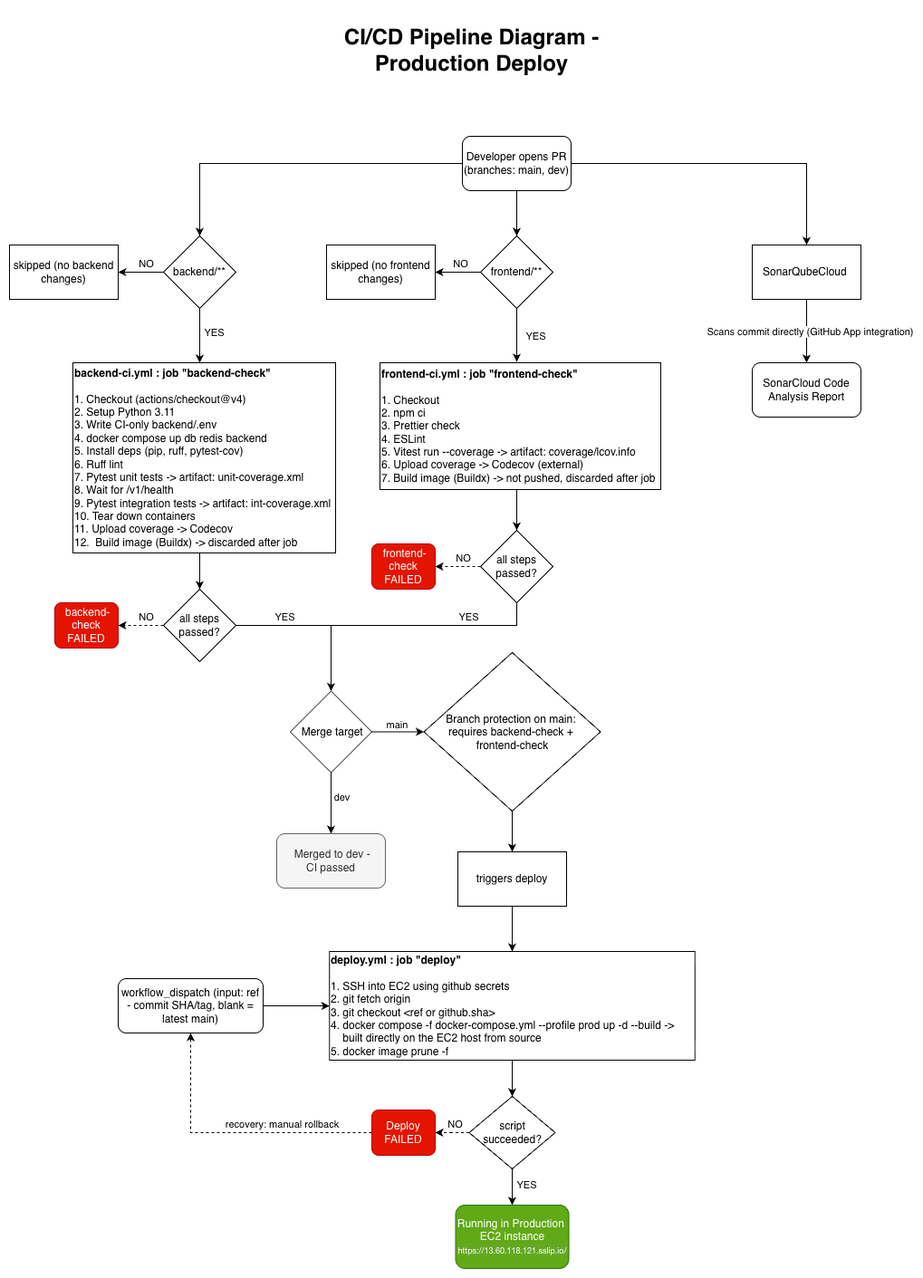
The draw.io diagram docs/demo2/cicd/CICD Diagram.png in COS301-SE-2026/Savanna-Sentinel, before a commit. Source tidied: cells renumbered, new cells last; positions are measured from the earlier drawing's top-left corner, leaving out a move shared by most shapes. Source of this version:
```xml
<mxGraphModel>
  <root>
    <mxCell id="0" />
    <mxCell id="1" parent="0" />
    <mxCell id="2" value="&lt;h1&gt;CI/CD Pipeline Diagram - Production Deploy&lt;/h1&gt;" style="text;html=1;whiteSpace=wrap;strokeColor=none;fillColor=none;align=center;verticalAlign=middle;rounded=0;" parent="1" vertex="1">
      <mxGeometry x="361" width="299" height="30" as="geometry" />
    </mxCell>
    <mxCell id="3" style="edgeStyle=orthogonalEdgeStyle;rounded=0;jettySize=auto;html=1;entryX=0.5;entryY=0;entryDx=0;entryDy=0;" parent="1" edge="1" source="6" target="9">
      <mxGeometry relative="1" as="geometry" />
    </mxCell>
    <mxCell id="4" style="edgeStyle=orthogonalEdgeStyle;rounded=0;jettySize=auto;html=1;entryX=0.5;entryY=0;entryDx=0;entryDy=0;" parent="1" edge="1" source="6" target="12">
      <mxGeometry relative="1" as="geometry" />
    </mxCell>
    <mxCell id="5" style="edgeStyle=orthogonalEdgeStyle;rounded=0;jettySize=auto;html=1;entryX=0.5;entryY=0;entryDx=0;entryDy=0;" parent="1" edge="1" source="6" target="15">
      <mxGeometry relative="1" as="geometry" />
    </mxCell>
    <mxCell id="6" value="Developer opens PR (branches: main, dev)" style="rounded=1;whiteSpace=wrap;html=1;" parent="1" vertex="1">
      <mxGeometry x="500" y="110" width="120" height="60" as="geometry" />
    </mxCell>
    <mxCell id="7" style="edgeStyle=orthogonalEdgeStyle;rounded=0;jettySize=auto;html=1;entryX=1;entryY=0.5;entryDx=0;entryDy=0;" parent="1" edge="1" source="9" target="20">
      <mxGeometry relative="1" as="geometry" />
    </mxCell>
    <mxCell id="8" value="NO" style="edgeLabel;html=1;align=center;verticalAlign=middle;" parent="7" vertex="1">
      <mxGeometry x="-0.17" y="-1" relative="1" as="geometry">
        <mxPoint y="-9" as="offset" />
      </mxGeometry>
    </mxCell>
    <mxCell id="9" value="backend/**" style="rhombus;whiteSpace=wrap;html=1;" parent="1" vertex="1">
      <mxGeometry x="170" y="220" width="80" height="80" as="geometry" />
    </mxCell>
    <mxCell id="10" style="edgeStyle=orthogonalEdgeStyle;rounded=0;jettySize=auto;html=1;entryX=1;entryY=0.5;entryDx=0;entryDy=0;" parent="1" edge="1" source="12" target="31">
      <mxGeometry relative="1" as="geometry" />
    </mxCell>
    <mxCell id="11" value="NO" style="edgeLabel;html=1;align=center;verticalAlign=middle;" parent="10" vertex="1">
      <mxGeometry x="-0.28" y="-1" relative="1" as="geometry">
        <mxPoint x="-5" y="-9" as="offset" />
      </mxGeometry>
    </mxCell>
    <mxCell id="12" value="frontend/**" style="rhombus;whiteSpace=wrap;html=1;" parent="1" vertex="1">
      <mxGeometry x="520" y="220" width="80" height="80" as="geometry" />
    </mxCell>
    <mxCell id="13" style="edgeStyle=orthogonalEdgeStyle;rounded=0;jettySize=auto;html=1;entryX=0.5;entryY=0;entryDx=0;entryDy=0;" parent="1" edge="1" source="15" target="38">
      <mxGeometry relative="1" as="geometry" />
    </mxCell>
    <mxCell id="14" value="Scans commit directly (GitHub App integration)" style="edgeLabel;html=1;align=center;verticalAlign=middle;" parent="13" vertex="1">
      <mxGeometry x="0.01" y="3" relative="1" as="geometry" />
    </mxCell>
    <mxCell id="15" value="SonarQubeCloud&amp;nbsp;" style="rounded=0;whiteSpace=wrap;html=1;" parent="1" vertex="1">
      <mxGeometry x="820" y="230" width="120" height="60" as="geometry" />
    </mxCell>
    <mxCell id="16" style="edgeStyle=orthogonalEdgeStyle;rounded=0;jettySize=auto;html=1;entryX=0.5;entryY=0;entryDx=0;entryDy=0;" parent="1" edge="1" source="17" target="23">
      <mxGeometry relative="1" as="geometry">
        <Array as="points">
          <mxPoint x="210" y="580" />
          <mxPoint x="210" y="580" />
        </Array>
      </mxGeometry>
    </mxCell>
    <mxCell id="17" value="&lt;b&gt;backend-ci.yml : job &quot;backend-check&quot;&lt;/b&gt;&lt;div&gt;&lt;br&gt;&lt;/div&gt;&lt;div&gt;&lt;div&gt;1. Checkout&amp;nbsp;(actions/checkout@v4)&lt;/div&gt;&lt;div&gt;2. Setup Python 3.11&lt;/div&gt;&lt;div&gt;3. Write CI-only backend/.env&lt;/div&gt;&lt;div&gt;4. docker compose up db redis backend&lt;/div&gt;&lt;div&gt;5. Install deps (pip, ruff, pytest-cov)&lt;/div&gt;&lt;div&gt;6. Ruff lint&lt;/div&gt;&lt;div&gt;7. Pytest unit tests -&amp;gt; artifact: unit-coverage.xml&lt;/div&gt;&lt;div&gt;8. Wait for /v1/health&lt;/div&gt;&lt;div&gt;9. Pytest integration tests -&amp;gt; artifact: int-coverage.xml&lt;/div&gt;&lt;div&gt;10. Tear down containers&lt;/div&gt;&lt;div&gt;11. Upload coverage -&amp;gt; Codecov&lt;/div&gt;&lt;div style=&quot;&quot;&gt;12. &amp;nbsp;Build image (Buildx) -&amp;gt; discarded after job&lt;/div&gt;&lt;/div&gt;" style="rounded=0;whiteSpace=wrap;html=1;align=left;" parent="1" vertex="1">
      <mxGeometry x="70" y="360" width="290" height="210" as="geometry" />
    </mxCell>
    <mxCell id="18" style="edgeStyle=orthogonalEdgeStyle;rounded=0;jettySize=auto;html=1;" parent="1" edge="1" source="9">
      <mxGeometry relative="1" as="geometry">
        <mxPoint x="210" y="360" as="targetPoint" />
        <Array as="points">
          <mxPoint x="210" y="330" />
          <mxPoint x="210" y="330" />
        </Array>
      </mxGeometry>
    </mxCell>
    <mxCell id="19" value="YES" style="edgeLabel;html=1;align=center;verticalAlign=middle;" parent="18" vertex="1">
      <mxGeometry x="-0.1" relative="1" as="geometry">
        <mxPoint x="15" as="offset" />
      </mxGeometry>
    </mxCell>
    <mxCell id="20" value="skipped (no backend changes)" style="rounded=0;whiteSpace=wrap;html=1;" parent="1" vertex="1">
      <mxGeometry y="230" width="120" height="60" as="geometry" />
    </mxCell>
    <mxCell id="21" style="edgeStyle=orthogonalEdgeStyle;rounded=0;jettySize=auto;html=1;entryX=0.5;entryY=0;entryDx=0;entryDy=0;" parent="1" edge="1" source="23" target="47">
      <mxGeometry relative="1" as="geometry" />
    </mxCell>
    <mxCell id="22" value="YES" style="edgeLabel;html=1;align=center;verticalAlign=middle;" parent="21" vertex="1">
      <mxGeometry x="-0.41" relative="1" as="geometry">
        <mxPoint y="-10" as="offset" />
      </mxGeometry>
    </mxCell>
    <mxCell id="23" value="all steps passed?" style="rhombus;whiteSpace=wrap;html=1;" parent="1" vertex="1">
      <mxGeometry x="170" y="610" width="80" height="80" as="geometry" />
    </mxCell>
    <mxCell id="24" value="&amp;nbsp;backend-check FAILED" style="rounded=1;whiteSpace=wrap;html=1;fillColor=#e51400;strokeColor=#B20000;fontColor=#ffffff;" parent="1" vertex="1">
      <mxGeometry x="50" y="625" width="70" height="50" as="geometry" />
    </mxCell>
    <mxCell id="25" style="edgeStyle=orthogonalEdgeStyle;rounded=0;jettySize=auto;html=1;entryX=1;entryY=0.5;entryDx=0;entryDy=0;dashed=1;" parent="1" edge="1" source="23" target="24">
      <mxGeometry relative="1" as="geometry" />
    </mxCell>
    <mxCell id="26" value="&lt;font style=&quot;color: rgb(0, 0, 0);&quot;&gt;NO&lt;/font&gt;" style="edgeLabel;html=1;align=center;verticalAlign=middle;fontColor=#000000;" parent="25" vertex="1">
      <mxGeometry x="-0.2" y="-1" relative="1" as="geometry">
        <mxPoint y="-9" as="offset" />
      </mxGeometry>
    </mxCell>
    <mxCell id="27" style="edgeStyle=orthogonalEdgeStyle;rounded=0;jettySize=auto;html=1;entryX=0.5;entryY=0;entryDx=0;entryDy=0;" parent="1" edge="1" source="28" target="34">
      <mxGeometry relative="1" as="geometry">
        <Array as="points">
          <mxPoint x="560" y="510" />
          <mxPoint x="560" y="510" />
        </Array>
      </mxGeometry>
    </mxCell>
    <mxCell id="28" value="&lt;b&gt;frontend-ci.yml : job &quot;frontend-check&quot;&lt;/b&gt;&lt;div&gt;&lt;br&gt;&lt;/div&gt;&lt;div&gt;&lt;div style=&quot;&quot;&gt;1. Checkout&lt;/div&gt;&lt;div style=&quot;&quot;&gt;2. npm ci&lt;/div&gt;&lt;div style=&quot;&quot;&gt;3. Prettier check&lt;/div&gt;&lt;div style=&quot;&quot;&gt;4. ESLint&lt;/div&gt;&lt;div style=&quot;&quot;&gt;5. Vitest run --coverage -&amp;gt; artifact: coverage/lcov.info&lt;/div&gt;&lt;div style=&quot;&quot;&gt;6. Upload coverage -&amp;gt; Codecov (external)&lt;/div&gt;&lt;div style=&quot;&quot;&gt;7. Build image (Buildx) -&amp;gt; not pushed, discarded after job&lt;/div&gt;&lt;/div&gt;" style="rounded=0;whiteSpace=wrap;html=1;align=left;" parent="1" vertex="1">
      <mxGeometry x="409" y="360" width="310" height="140" as="geometry" />
    </mxCell>
    <mxCell id="29" style="edgeStyle=orthogonalEdgeStyle;rounded=0;jettySize=auto;html=1;" parent="1" edge="1" source="12">
      <mxGeometry relative="1" as="geometry">
        <mxPoint x="560" y="360" as="targetPoint" />
        <Array as="points">
          <mxPoint x="560" y="359" />
        </Array>
      </mxGeometry>
    </mxCell>
    <mxCell id="30" value="YES" style="edgeLabel;html=1;align=center;verticalAlign=middle;" parent="29" vertex="1">
      <mxGeometry x="-0.13" y="-1" relative="1" as="geometry">
        <mxPoint x="21" y="4" as="offset" />
      </mxGeometry>
    </mxCell>
    <mxCell id="31" value="skipped (no frontend changes)" style="rounded=0;whiteSpace=wrap;html=1;" parent="1" vertex="1">
      <mxGeometry x="350" y="230" width="120" height="60" as="geometry" />
    </mxCell>
    <mxCell id="32" style="edgeStyle=orthogonalEdgeStyle;rounded=0;jettySize=auto;html=1;entryX=0.5;entryY=0;entryDx=0;entryDy=0;" parent="1" edge="1" source="34" target="47">
      <mxGeometry relative="1" as="geometry">
        <Array as="points">
          <mxPoint x="560" y="650" />
          <mxPoint x="355" y="650" />
        </Array>
      </mxGeometry>
    </mxCell>
    <mxCell id="33" value="YES" style="edgeLabel;html=1;align=center;verticalAlign=middle;" parent="32" vertex="1">
      <mxGeometry y="-2" relative="1" as="geometry">
        <mxPoint x="73" y="-8" as="offset" />
      </mxGeometry>
    </mxCell>
    <mxCell id="34" value="all steps passed?" style="rhombus;whiteSpace=wrap;html=1;" parent="1" vertex="1">
      <mxGeometry x="520" y="545" width="80" height="80" as="geometry" />
    </mxCell>
    <mxCell id="35" value="&amp;nbsp;frontend-check FAILED" style="rounded=1;whiteSpace=wrap;html=1;fillColor=#e51400;strokeColor=#B20000;fontColor=#ffffff;" parent="1" vertex="1">
      <mxGeometry x="400" y="560" width="70" height="50" as="geometry" />
    </mxCell>
    <mxCell id="36" style="edgeStyle=orthogonalEdgeStyle;rounded=0;jettySize=auto;html=1;entryX=1;entryY=0.5;entryDx=0;entryDy=0;dashed=1;" parent="1" edge="1" source="34" target="35">
      <mxGeometry relative="1" as="geometry" />
    </mxCell>
    <mxCell id="37" value="&lt;font style=&quot;color: rgb(0, 0, 0);&quot;&gt;NO&lt;/font&gt;" style="edgeLabel;html=1;align=center;verticalAlign=middle;" parent="36" vertex="1">
      <mxGeometry x="-0.2" y="-1" relative="1" as="geometry">
        <mxPoint y="-9" as="offset" />
      </mxGeometry>
    </mxCell>
    <mxCell id="38" value="SonarCloud Code Analysis Report" style="rounded=1;whiteSpace=wrap;html=1;" parent="1" vertex="1">
      <mxGeometry x="820" y="360" width="120" height="60" as="geometry" />
    </mxCell>
    <mxCell id="39" style="edgeStyle=orthogonalEdgeStyle;rounded=0;jettySize=auto;html=1;entryX=0.5;entryY=0;entryDx=0;entryDy=0;" parent="1" edge="1" source="40" target="42">
      <mxGeometry relative="1" as="geometry" />
    </mxCell>
    <mxCell id="40" value="Branch protection on main:&amp;nbsp;&lt;div&gt;requires backend-check&amp;nbsp;&lt;span style=&quot;background-color: transparent; color: light-dark(rgb(0, 0, 0), rgb(255, 255, 255));&quot;&gt;+&amp;nbsp;&lt;/span&gt;&lt;/div&gt;&lt;div&gt;frontend-check&lt;/div&gt;" style="rhombus;whiteSpace=wrap;html=1;" parent="1" vertex="1">
      <mxGeometry x="457.5" y="680" width="195" height="175" as="geometry" />
    </mxCell>
    <mxCell id="41" style="edgeStyle=orthogonalEdgeStyle;rounded=0;jettySize=auto;html=1;" parent="1" edge="1" source="42" target="50">
      <mxGeometry relative="1" as="geometry" />
    </mxCell>
    <mxCell id="42" value="triggers deploy" style="rounded=0;whiteSpace=wrap;html=1;" parent="1" vertex="1">
      <mxGeometry x="495" y="900" width="120" height="60" as="geometry" />
    </mxCell>
    <mxCell id="43" style="edgeStyle=orthogonalEdgeStyle;rounded=0;jettySize=auto;html=1;entryX=0.5;entryY=0;entryDx=0;entryDy=0;" parent="1" edge="1" source="47" target="48">
      <mxGeometry relative="1" as="geometry" />
    </mxCell>
    <mxCell id="44" value="dev" style="edgeLabel;html=1;align=center;verticalAlign=middle;" parent="43" vertex="1">
      <mxGeometry x="-0.22" y="3" relative="1" as="geometry">
        <mxPoint x="8" as="offset" />
      </mxGeometry>
    </mxCell>
    <mxCell id="45" style="edgeStyle=orthogonalEdgeStyle;rounded=0;jettySize=auto;html=1;entryX=0;entryY=0.5;entryDx=0;entryDy=0;" parent="1" edge="1" source="47" target="40">
      <mxGeometry relative="1" as="geometry" />
    </mxCell>
    <mxCell id="46" value="main" style="edgeLabel;html=1;align=center;verticalAlign=middle;" parent="45" vertex="1">
      <mxGeometry x="-0.1" y="1" relative="1" as="geometry">
        <mxPoint y="-7" as="offset" />
      </mxGeometry>
    </mxCell>
    <mxCell id="47" value="&amp;nbsp;Merge target" style="rhombus;whiteSpace=wrap;html=1;" parent="1" vertex="1">
      <mxGeometry x="310" y="722.5" width="90" height="90" as="geometry" />
    </mxCell>
    <mxCell id="48" value="&amp;nbsp;Merged to dev -&lt;div&gt;CI passed&lt;/div&gt;" style="rounded=1;whiteSpace=wrap;html=1;fillColor=#f5f5f5;fontColor=#333333;strokeColor=#666666;" parent="1" vertex="1">
      <mxGeometry x="295" y="880" width="120" height="60" as="geometry" />
    </mxCell>
    <mxCell id="49" style="edgeStyle=orthogonalEdgeStyle;rounded=0;jettySize=auto;html=1;entryX=0.5;entryY=0;entryDx=0;entryDy=0;" parent="1" edge="1" source="50" target="53">
      <mxGeometry relative="1" as="geometry" />
    </mxCell>
    <mxCell id="50" value="&lt;b&gt;deploy.yml : job &quot;deploy&quot;&lt;/b&gt;&lt;div&gt;&lt;b&gt;&lt;br&gt;&lt;/b&gt;&lt;div&gt;&lt;div&gt;1. SSH into EC2 using github secrets&amp;nbsp;&lt;/div&gt;&lt;div&gt;2. git fetch origin&lt;/div&gt;&lt;div&gt;3. git checkout &amp;lt;ref or github.sha&amp;gt;&lt;/div&gt;&lt;div&gt;4. docker compose -f docker-compose.yml --profile prod up -d --build -&amp;gt;&lt;span style=&quot;background-color: transparent; color: light-dark(rgb(0, 0, 0), rgb(255, 255, 255));&quot;&gt;&amp;nbsp; &amp;nbsp; &amp;nbsp; &amp;nbsp; &amp;nbsp; built directly on the EC2 host from source&lt;/span&gt;&lt;/div&gt;&lt;div&gt;5. docker image prune -f&lt;/div&gt;&lt;/div&gt;&lt;/div&gt;" style="rounded=0;whiteSpace=wrap;html=1;align=left;" parent="1" vertex="1">
      <mxGeometry x="353.2" y="1010" width="403.5" height="120" as="geometry" />
    </mxCell>
    <mxCell id="51" style="edgeStyle=orthogonalEdgeStyle;rounded=0;jettySize=auto;html=1;entryX=0.5;entryY=0;entryDx=0;entryDy=0;" parent="1" edge="1" source="53" target="59">
      <mxGeometry relative="1" as="geometry" />
    </mxCell>
    <mxCell id="52" value="YES" style="edgeLabel;html=1;align=center;verticalAlign=middle;" parent="51" vertex="1">
      <mxGeometry x="-0.14" y="-2" relative="1" as="geometry">
        <mxPoint x="17" as="offset" />
      </mxGeometry>
    </mxCell>
    <mxCell id="53" value="script succeeded?" style="rhombus;whiteSpace=wrap;html=1;" parent="1" vertex="1">
      <mxGeometry x="507.5" y="1170" width="95" height="80" as="geometry" />
    </mxCell>
    <mxCell id="54" style="edgeStyle=orthogonalEdgeStyle;rounded=0;jettySize=auto;html=1;entryX=0.5;entryY=1;entryDx=0;entryDy=0;dashed=1;strokeColor=light-dark(#000000,#FFFFFF);" parent="1" edge="1" source="56" target="61">
      <mxGeometry relative="1" as="geometry" />
    </mxCell>
    <mxCell id="55" value="recovery: manual rollback" style="edgeLabel;html=1;align=center;verticalAlign=middle;" parent="54" vertex="1">
      <mxGeometry x="-0.17" y="1" relative="1" as="geometry">
        <mxPoint x="28" y="-11" as="offset" />
      </mxGeometry>
    </mxCell>
    <mxCell id="56" value="Deploy FAILED" style="rounded=1;whiteSpace=wrap;html=1;fillColor=#e51400;strokeColor=#B20000;fontColor=#ffffff;" parent="1" vertex="1">
      <mxGeometry x="400" y="1185" width="70" height="50" as="geometry" />
    </mxCell>
    <mxCell id="57" style="edgeStyle=orthogonalEdgeStyle;rounded=0;jettySize=auto;html=1;entryX=1;entryY=0.5;entryDx=0;entryDy=0;dashed=1;" parent="1" edge="1" source="53" target="56">
      <mxGeometry relative="1" as="geometry" />
    </mxCell>
    <mxCell id="58" value="&lt;font style=&quot;&quot;&gt;NO&lt;/font&gt;" style="edgeLabel;html=1;align=center;verticalAlign=middle;fontColor=#000000;" parent="57" vertex="1">
      <mxGeometry x="-0.2" y="-1" relative="1" as="geometry">
        <mxPoint y="-9" as="offset" />
      </mxGeometry>
    </mxCell>
    <mxCell id="59" value="Running in Production&amp;nbsp; EC2 instance&lt;div&gt;&lt;a class=&quot;anchor_edefb8 anchorUnderlineOnHover_edefb8&quot; href=&quot;https://13.60.118.121.sslip.io/&quot; rel=&quot;noreferrer noopener&quot; target=&quot;_blank&quot; title=&quot;https://13.60.118.121.sslip.io/&quot; role=&quot;link&quot; tabindex=&quot;0&quot; style=&quot;border: 0px; font-family: &amp;quot;gg sans&amp;quot;, &amp;quot;Noto Sans&amp;quot;, &amp;quot;Helvetica Neue&amp;quot;, Helvetica, Arial, sans-serif; margin: 0px; padding: 0px; vertical-align: baseline; cursor: pointer; text-decoration: oklab(0.666979 -0.0401165 -0.144864); outline: 0px; word-break: break-word; text-align: left; white-space: break-spaces; background-color: oklab(0.678888 0.00325716 -0.011175 / 0.0784314);&quot;&gt;&lt;span style=&quot;border: 0px; font-family: inherit; font-style: inherit; font-weight: inherit; margin: 0px; padding: 0px; vertical-align: baseline; outline: 0px;&quot;&gt;&lt;font style=&quot;font-size: 9px; color: rgb(255, 255, 255);&quot;&gt;https://13.60.118.121.sslip.io/&lt;/font&gt;&lt;/span&gt;&lt;/a&gt;&lt;/div&gt;" style="rounded=1;whiteSpace=wrap;html=1;fillColor=#60a917;fontColor=#ffffff;strokeColor=#2D7600;" parent="1" vertex="1">
      <mxGeometry x="492.5" y="1290" width="125" height="70" as="geometry" />
    </mxCell>
    <mxCell id="60" style="edgeStyle=orthogonalEdgeStyle;rounded=0;jettySize=auto;html=1;entryX=0;entryY=0.5;entryDx=0;entryDy=0;" parent="1" edge="1" source="61" target="50">
      <mxGeometry relative="1" as="geometry" />
    </mxCell>
    <mxCell id="61" value="workflow_dispatch (input: ref - commit SHA/tag, blank = latest main)" style="rounded=1;whiteSpace=wrap;html=1;" parent="1" vertex="1">
      <mxGeometry x="120" y="1040" width="160" height="60" as="geometry" />
    </mxCell>
  </root>
</mxGraphModel>
```
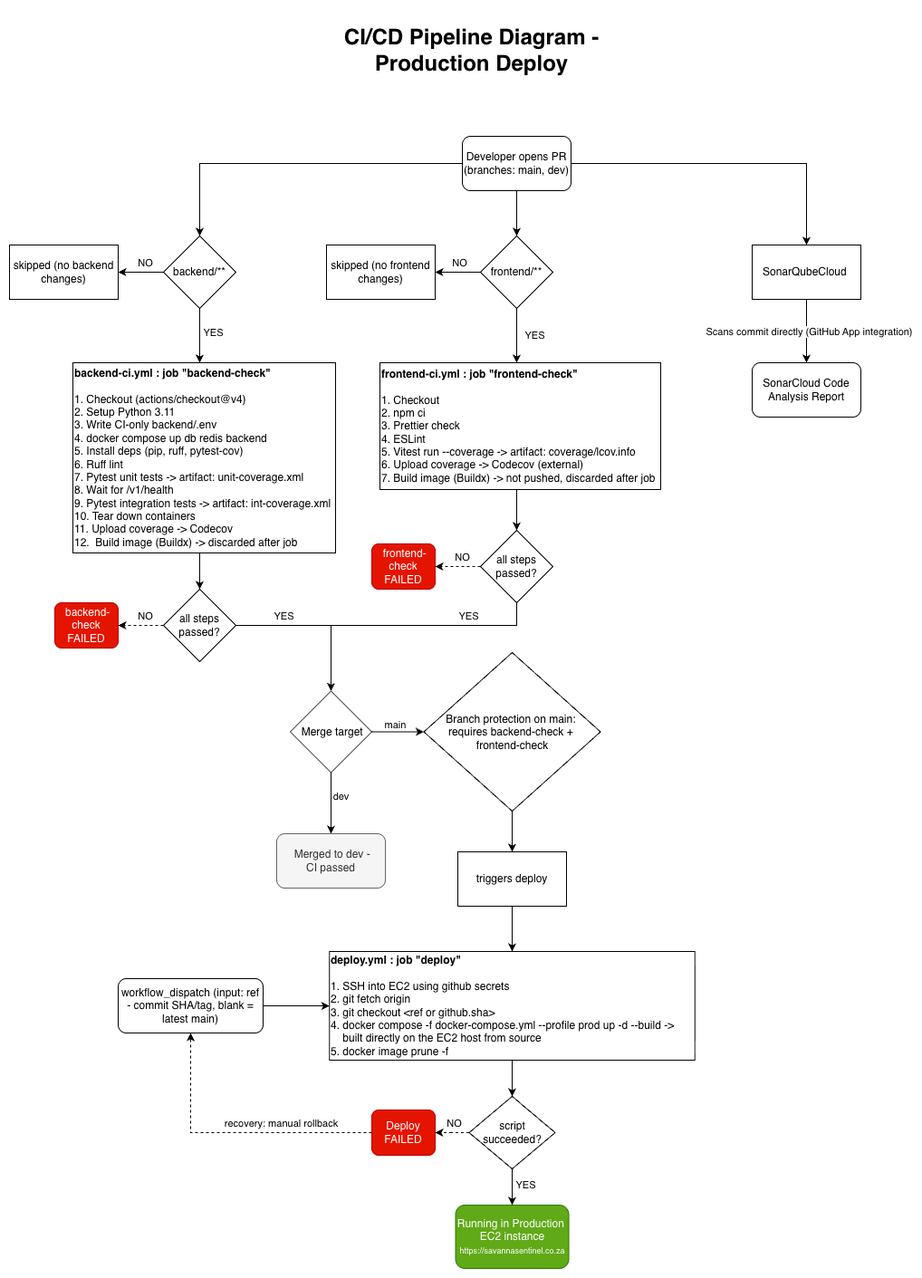
Above is the later version.

The edit, as a diff of the source:
```diff
@@ -225,7 +225,7 @@
         <mxPoint y="-9" as="offset" />
       </mxGeometry>
     </mxCell>
-    <mxCell id="59" value="Running in Production&amp;nbsp; EC2 instance&lt;div&gt;&lt;a class=&quot;anchor_edefb8 anchorUnderlineOnHover_edefb8&quot; href=&quot;https://13.60.118.121.sslip.io/&quot; rel=&quot;noreferrer noopener&quot; target=&quot;_blank&quot; title=&quot;https://13.60.118.121.sslip.io/&quot; role=&quot;link&quot; tabindex=&quot;0&quot; style=&quot;border: 0px; font-family: &amp;quot;gg sans&amp;quot;, &amp;quot;Noto Sans&amp;quot;, &amp;quot;Helvetica Neue&amp;quot;, Helvetica, Arial, sans-serif; margin: 0px; padding: 0px; vertical-align: baseline; cursor: pointer; text-decoration: oklab(0.666979 -0.0401165 -0.144864); outline: 0px; word-break: break-word; text-align: left; white-space: break-spaces; background-color: oklab(0.678888 0.00325716 -0.011175 / 0.0784314);&quot;&gt;&lt;span style=&quot;border: 0px; font-family: inherit; font-style: inherit; font-weight: inherit; margin: 0px; padding: 0px; vertical-align: baseline; outline: 0px;&quot;&gt;&lt;font style=&quot;font-size: 9px; color: rgb(255, 255, 255);&quot;&gt;https://13.60.118.121.sslip.io/&lt;/font&gt;&lt;/span&gt;&lt;/a&gt;&lt;/div&gt;" style="rounded=1;whiteSpace=wrap;html=1;fillColor=#60a917;fontColor=#ffffff;strokeColor=#2D7600;" parent="1" vertex="1">
+    <mxCell id="59" value="Running in Production&amp;nbsp; EC2 instance&lt;div&gt;&lt;font style=&quot;font-size: 9px;&quot;&gt;https://savannasentinel.co.za&lt;/font&gt;&lt;/div&gt;" style="rounded=1;whiteSpace=wrap;html=1;fillColor=#60a917;fontColor=#ffffff;strokeColor=#2D7600;" parent="1" vertex="1">
       <mxGeometry x="492.5" y="1290" width="125" height="70" as="geometry" />
     </mxCell>
     <mxCell id="60" style="edgeStyle=orthogonalEdgeStyle;rounded=0;jettySize=auto;html=1;entryX=0;entryY=0.5;entryDx=0;entryDy=0;" parent="1" edge="1" source="61" target="50">
```
